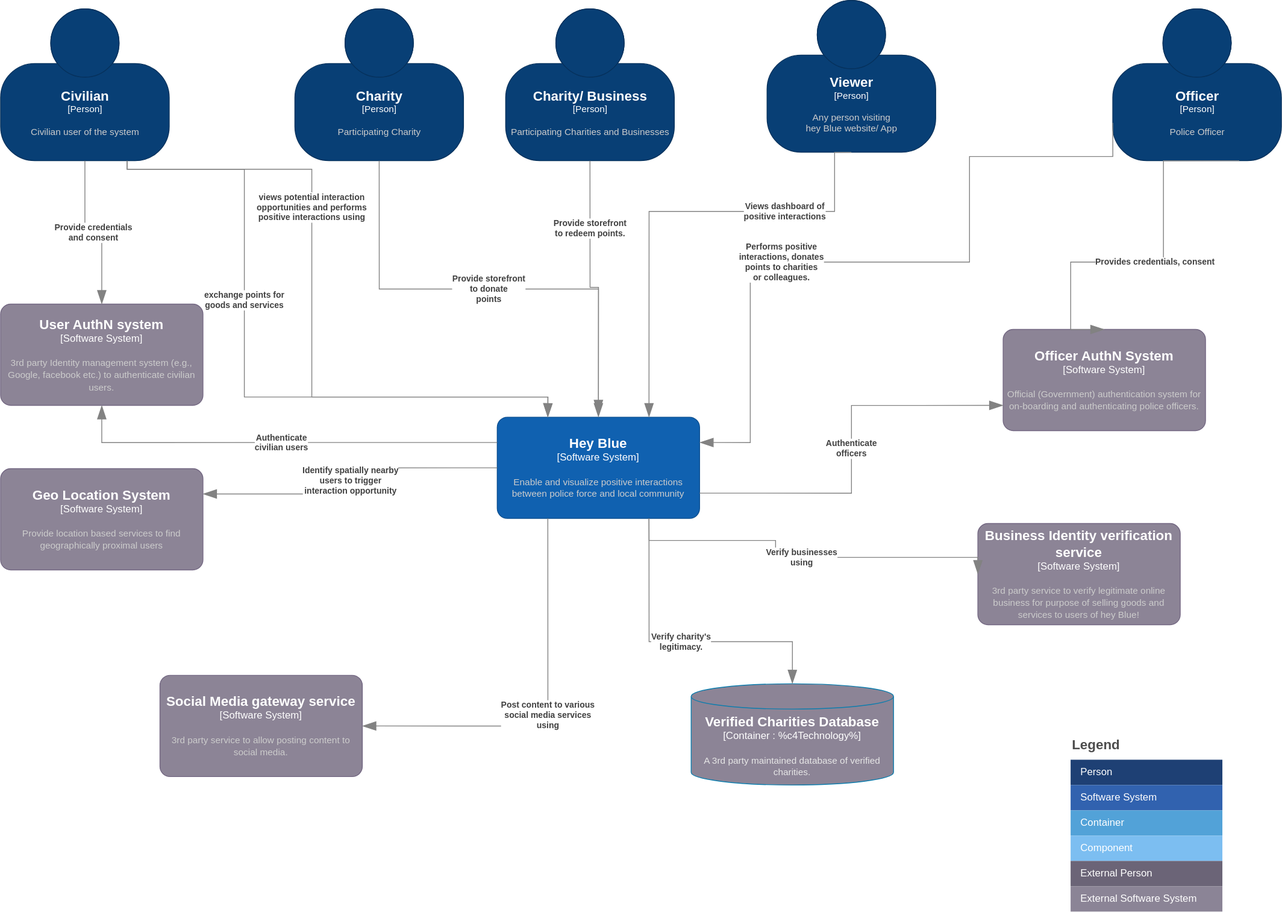
Before: solution/system-context.drawio.svg, a diagram exported from draw.io (Just-A-Facade/kata-hey-blue). Source tidied: cells renumbered, new cells last; positions are measured from the earlier drawing's top-left corner, leaving out a move shared by most shapes.
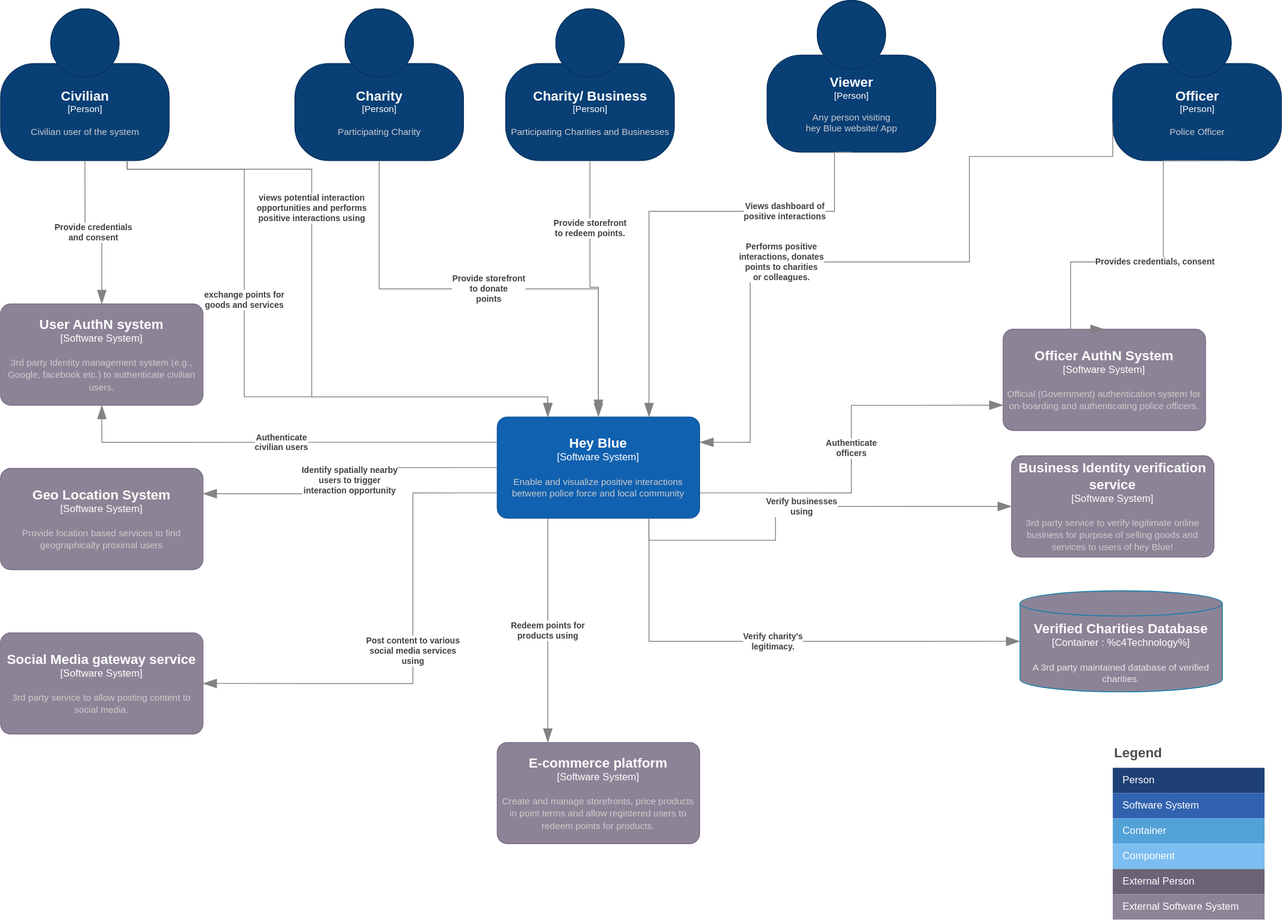
Above is the later version.

Commit message:
introduce points redemption use-case

add container diagram for points redemption
extend system context diagram to cover this
use-case

The edit, as a diff of the source:
```diff
@@ -24,17 +24,17 @@
     </object>
     <object id="6" label="&lt;font style=&quot;font-size: 16px&quot;&gt;&lt;b&gt;%c4Name%&lt;/b&gt;&lt;/font&gt;&lt;div&gt;[%c4Type%]&lt;/div&gt;&lt;br&gt;&lt;div&gt;&lt;font style=&quot;font-size: 11px&quot;&gt;&lt;font color=&quot;#cccccc&quot;&gt;%c4Description%&lt;/font&gt;&lt;/div&gt;" c4Description="3rd party service to allow posting content to social media." c4Name="Social Media gateway service" c4Type="Software System" placeholders="1">
       <mxCell style="rounded=1;whiteSpace=wrap;html=1;labelBackgroundColor=none;fillColor=#8C8496;fontColor=#ffffff;align=center;arcSize=10;strokeColor=#736782;points=[[0.25,0,0],[0.5,0,0],[0.75,0,0],[1,0.25,0],[1,0.5,0],[1,0.75,0],[0.75,1,0],[0.5,1,0],[0.25,1,0],[0,0.75,0],[0,0.5,0],[0,0.25,0]];" parent="1" vertex="1">
-        <mxGeometry x="189" y="800" width="240" height="120" as="geometry" />
+        <mxGeometry y="750" width="240" height="120" as="geometry" />
       </mxCell>
     </object>
     <object id="7" label="&lt;font style=&quot;font-size: 16px&quot;&gt;&lt;b&gt;%c4Name%&lt;/b&gt;&lt;/font&gt;&lt;div&gt;[%c4Type%]&lt;/div&gt;&lt;br&gt;&lt;div&gt;&lt;font style=&quot;font-size: 11px&quot;&gt;&lt;font color=&quot;#cccccc&quot;&gt;%c4Description%&lt;/font&gt;&lt;/div&gt;" c4Description="3rd party service to verify legitimate online business for purpose of selling goods and services to users of hey Blue!" c4Name="Business Identity verification service" c4Type="Software System" placeholders="1">
       <mxCell style="rounded=1;whiteSpace=wrap;html=1;labelBackgroundColor=none;fillColor=#8C8496;fontColor=#ffffff;align=center;arcSize=10;strokeColor=#736782;points=[[0.25,0,0],[0.5,0,0],[0.75,0,0],[1,0.25,0],[1,0.5,0],[1,0.75,0],[0.75,1,0],[0.5,1,0],[0.25,1,0],[0,0.75,0],[0,0.5,0],[0,0.25,0]];" parent="1" vertex="1">
-        <mxGeometry x="1159" y="620" width="240" height="120" as="geometry" />
+        <mxGeometry x="1199" y="540" width="240" height="120" as="geometry" />
       </mxCell>
     </object>
     <object id="8" label="&lt;font style=&quot;font-size: 16px&quot;&gt;&lt;b&gt;%c4Type%&lt;/font&gt;&lt;div&gt;[%c4Container%:&amp;nbsp;%c4Technology%]&lt;/div&gt;&lt;br&gt;&lt;div&gt;&lt;font style=&quot;font-size: 11px&quot;&gt;&lt;font color=&quot;#E6E6E6&quot;&gt;%c4Description%&lt;/font&gt;&lt;/div&gt;" c4Container="Container " c4Description="A 3rd party maintained database of verified charities." c4Type="Verified Charities Database" placeholders="1">
       <mxCell style="shape=cylinder3;size=15;whiteSpace=wrap;html=1;boundedLbl=1;rounded=0;labelBackgroundColor=none;fillColor=#8C8496;fontSize=12;fontColor=#ffffff;align=center;strokeColor=#0E7DAD;points=[[0.5,0,0],[1,0.25,0],[1,0.5,0],[1,0.75,0],[0.5,1,0],[0,0.75,0],[0,0.5,0],[0,0.25,0]];" parent="1" vertex="1">
-        <mxGeometry x="819" y="810" width="240" height="120" as="geometry" />
+        <mxGeometry x="1209" y="700" width="240" height="120" as="geometry" />
       </mxCell>
     </object>
     <object id="9" label="&lt;font style=&quot;font-size: 16px&quot;&gt;&lt;b&gt;%c4Name%&lt;/b&gt;&lt;/font&gt;&lt;div&gt;[%c4Type%]&lt;/div&gt;&lt;br&gt;&lt;div&gt;&lt;font style=&quot;font-size: 11px&quot;&gt;&lt;font color=&quot;#cccccc&quot;&gt;%c4Description%&lt;/font&gt;&lt;/div&gt;" c4Description="Civilian user of the system" c4Name="Civilian" c4Type="Person" placeholders="1">
@@ -126,7 +126,7 @@
           <Array as="points">
             <mxPoint x="769" y="640" />
             <mxPoint x="919" y="640" />
-            <mxPoint x="919" y="660" />
+            <mxPoint x="919" y="600" />
           </Array>
         </mxGeometry>
       </mxCell>
@@ -142,20 +142,20 @@
       </mxCell>
     </object>
     <object id="22" label="&lt;div style=&quot;text-align: left&quot;&gt;&lt;div style=&quot;text-align: center&quot;&gt;&lt;b&gt;%c4Description%&lt;/b&gt;&lt;/div&gt;" c4Description="Verify charity's&#10;legitimacy." c4Type="Relationship" placeholders="1">
-      <mxCell style="endArrow=blockThin;html=1;fontSize=10;fontColor=#404040;strokeWidth=1;endFill=1;strokeColor=#828282;elbow=vertical;endSize=14;startSize=14;jumpStyle=arc;jumpSize=16;rounded=0;edgeStyle=orthogonalEdgeStyle;exitX=0.75;exitY=1;exitDx=0;exitDy=0;exitPerimeter=0;entryX=0.5;entryY=0;entryDx=0;entryDy=0;entryPerimeter=0;" parent="1" edge="1" source="2" target="8">
+      <mxCell style="endArrow=blockThin;html=1;fontSize=10;fontColor=#404040;strokeWidth=1;endFill=1;strokeColor=#828282;elbow=vertical;endSize=14;startSize=14;jumpStyle=arc;jumpSize=16;rounded=0;edgeStyle=orthogonalEdgeStyle;exitX=0.75;exitY=1;exitDx=0;exitDy=0;exitPerimeter=0;entryX=0;entryY=0.5;entryDx=0;entryDy=0;entryPerimeter=0;" parent="1" edge="1" source="2" target="8">
         <mxGeometry relative="1" as="geometry">
           <Array as="points">
             <mxPoint x="769" y="760" />
-            <mxPoint x="939" y="760" />
           </Array>
         </mxGeometry>
       </mxCell>
     </object>
     <object id="23" label="&lt;div style=&quot;text-align: left&quot;&gt;&lt;div style=&quot;text-align: center&quot;&gt;&lt;b&gt;%c4Description%&lt;/b&gt;&lt;/div&gt;" c4Description="Post content to various &#10;social media services &#10;using" c4Type="Relationship" placeholders="1">
-      <mxCell style="endArrow=blockThin;html=1;fontSize=10;fontColor=#404040;strokeWidth=1;endFill=1;strokeColor=#828282;elbow=vertical;endSize=14;startSize=14;jumpStyle=arc;jumpSize=16;rounded=0;edgeStyle=orthogonalEdgeStyle;exitX=0.25;exitY=1;exitDx=0;exitDy=0;exitPerimeter=0;entryX=1;entryY=0.5;entryDx=0;entryDy=0;entryPerimeter=0;" parent="1" edge="1" source="2" target="6">
+      <mxCell style="endArrow=blockThin;html=1;fontSize=10;fontColor=#404040;strokeWidth=1;endFill=1;strokeColor=#828282;elbow=vertical;endSize=14;startSize=14;jumpStyle=arc;jumpSize=16;rounded=0;edgeStyle=orthogonalEdgeStyle;exitX=0;exitY=0.75;exitDx=0;exitDy=0;exitPerimeter=0;entryX=1;entryY=0.5;entryDx=0;entryDy=0;entryPerimeter=0;" parent="1" edge="1" source="2" target="6">
         <mxGeometry relative="1" as="geometry">
           <Array as="points">
-            <mxPoint x="649" y="860" />
+            <mxPoint x="489" y="584" />
+            <mxPoint x="489" y="810" />
           </Array>
         </mxGeometry>
       </mxCell>
@@ -171,10 +171,10 @@
       </mxCell>
     </object>
     <mxCell id="26" value="Legend" style="align=left;fontSize=16;fontStyle=1;strokeColor=none;fillColor=none;fontColor=#4D4D4D;spacingTop=-8;" parent="1" vertex="1">
-      <mxGeometry x="1269" y="870" width="180" height="30" as="geometry" />
+      <mxGeometry x="1319" y="880" width="180" height="30" as="geometry" />
     </mxCell>
     <mxCell id="27" style="shape=table;html=1;whiteSpace=wrap;startSize=0;fillColor=none;align=left;spacingLeft=10;strokeColor=none;rounded=1;arcSize=11;fontColor=#FFFFFF;" parent="1" vertex="1">
-      <mxGeometry x="1269" y="900" width="180" height="180" as="geometry" />
+      <mxGeometry x="1319" y="910" width="180" height="180" as="geometry" />
     </mxCell>
     <mxCell id="28" value="Person" style="shape=partialRectangle;html=1;whiteSpace=wrap;fillColor=#1E4074;top=0;left=0;bottom=0;right=0;overflow=hidden;align=left;spacingLeft=10;strokeColor=none;fontColor=#FFFFFF;" parent="27" vertex="1">
       <mxGeometry width="180" height="30" as="geometry" />
@@ -206,5 +206,15 @@
         </mxGeometry>
       </mxCell>
     </object>
+    <object id="36" label="&lt;font style=&quot;font-size: 16px&quot;&gt;&lt;b&gt;%c4Name%&lt;/b&gt;&lt;/font&gt;&lt;div&gt;[%c4Type%]&lt;/div&gt;&lt;br&gt;&lt;div&gt;&lt;font style=&quot;font-size: 11px&quot;&gt;&lt;font color=&quot;#cccccc&quot;&gt;%c4Description%&lt;/font&gt;&lt;/div&gt;" c4Description="Create and manage storefronts, price products in point terms and allow registered users to redeem points for products." c4Name="E-commerce platform" c4Type="Software System" placeholders="1">
+      <mxCell style="rounded=1;whiteSpace=wrap;html=1;labelBackgroundColor=none;fillColor=#8C8496;fontColor=#ffffff;align=center;arcSize=10;strokeColor=#736782;points=[[0.25,0,0],[0.5,0,0],[0.75,0,0],[1,0.25,0],[1,0.5,0],[1,0.75,0],[0.75,1,0],[0.5,1,0],[0.25,1,0],[0,0.75,0],[0,0.5,0],[0,0.25,0]];" parent="1" vertex="1">
+        <mxGeometry x="589" y="880" width="240" height="120" as="geometry" />
+      </mxCell>
+    </object>
+    <object id="37" label="&lt;div style=&quot;text-align: left&quot;&gt;&lt;div style=&quot;text-align: center&quot;&gt;&lt;b&gt;%c4Description%&lt;/b&gt;&lt;/div&gt;" c4Description="Redeem points for &#10;products using" c4Type="Relationship" placeholders="1">
+      <mxCell style="endArrow=blockThin;html=1;fontSize=10;fontColor=#404040;strokeWidth=1;endFill=1;strokeColor=#828282;elbow=vertical;endSize=14;startSize=14;jumpStyle=arc;jumpSize=16;rounded=0;edgeStyle=orthogonalEdgeStyle;exitX=0.25;exitY=1;exitDx=0;exitDy=0;exitPerimeter=0;entryX=0.25;entryY=0;entryDx=0;entryDy=0;entryPerimeter=0;" parent="1" edge="1" source="2" target="36">
+        <mxGeometry relative="1" as="geometry" />
+      </mxCell>
+    </object>
   </root>
 </mxGraphModel>
```
